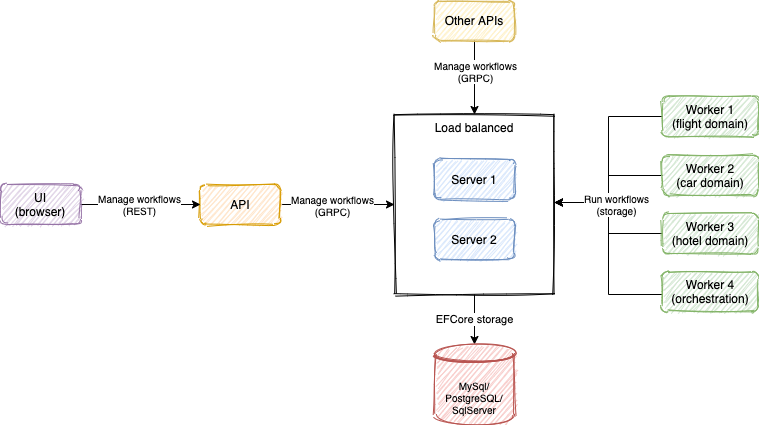
Before: readme/diagrams/architecture_1.png, a diagram exported from draw.io (lucaslorentz/durabletask-extensions). Source tidied: cells renumbered, new cells last; positions are measured from the earlier drawing's top-left corner, leaving out a move shared by most shapes. Its diagram source:
```xml
<mxGraphModel>
  <root>
    <mxCell id="0" />
    <mxCell id="1" parent="0" />
    <mxCell id="2" value="EFCore storage" style="edgeStyle=orthogonalEdgeStyle;rounded=0;jettySize=auto;html=1;" parent="1" edge="1" source="3" target="11">
      <mxGeometry relative="1" as="geometry" />
    </mxCell>
    <mxCell id="3" value="Load balanced" style="rounded=0;whiteSpace=wrap;html=1;verticalAlign=top;labelBorderColor=none;glass=0;sketch=1;fillColor=none;" parent="1" vertex="1">
      <mxGeometry x="394" y="114" width="160" height="180" as="geometry" />
    </mxCell>
    <mxCell id="4" value="Server 1" style="rounded=1;whiteSpace=wrap;html=1;sketch=1;fillColor=#dae8fc;strokeColor=#6c8ebf;" parent="1" vertex="1">
      <mxGeometry x="434" y="159" width="80" height="40" as="geometry" />
    </mxCell>
    <mxCell id="5" style="edgeStyle=orthogonalEdgeStyle;rounded=0;jettySize=auto;html=1;" parent="1" edge="1" source="7" target="3">
      <mxGeometry relative="1" as="geometry" />
    </mxCell>
    <mxCell id="6" value="Manage workflows&lt;br style=&quot;font-size: 10px;&quot;&gt;(GRPC)" style="edgeLabel;html=1;align=center;verticalAlign=middle;fontSize=10;" parent="5" vertex="1">
      <mxGeometry x="0.25" y="-1" relative="1" as="geometry">
        <mxPoint x="-20" y="-1" as="offset" />
      </mxGeometry>
    </mxCell>
    <mxCell id="7" value="API" style="rounded=1;whiteSpace=wrap;html=1;fillColor=#ffe6cc;strokeColor=#d79b00;sketch=1;" parent="1" vertex="1">
      <mxGeometry x="200" y="184" width="80" height="40" as="geometry" />
    </mxCell>
    <mxCell id="8" value="Server 2" style="rounded=1;whiteSpace=wrap;html=1;sketch=1;fillColor=#dae8fc;strokeColor=#6c8ebf;" parent="1" vertex="1">
      <mxGeometry x="434" y="219" width="80" height="40" as="geometry" />
    </mxCell>
    <mxCell id="9" style="edgeStyle=orthogonalEdgeStyle;rounded=0;jettySize=auto;html=1;entryX=0;entryY=0.5;entryDx=0;entryDy=0;" parent="1" edge="1" source="12" target="7">
      <mxGeometry relative="1" as="geometry" />
    </mxCell>
    <mxCell id="10" value="Manage workflows&lt;br style=&quot;font-size: 10px&quot;&gt;(REST)" style="edgeLabel;html=1;align=center;verticalAlign=middle;fontSize=10;" parent="9" vertex="1">
      <mxGeometry x="-0.04" y="-3" relative="1" as="geometry">
        <mxPoint y="-4" as="offset" />
      </mxGeometry>
    </mxCell>
    <mxCell id="11" value="MySql/&lt;br style=&quot;font-size: 10px;&quot;&gt;PostgreSQL/&lt;br style=&quot;font-size: 10px;&quot;&gt;SqlServer" style="shape=datastore;whiteSpace=wrap;html=1;fontSize=10;sketch=1;fillColor=#f8cecc;strokeColor=#b85450;" parent="1" vertex="1">
      <mxGeometry x="434" y="344" width="80" height="80" as="geometry" />
    </mxCell>
    <mxCell id="12" value="UI&lt;br&gt;(browser)" style="rounded=1;whiteSpace=wrap;html=1;fillColor=#e1d5e7;strokeColor=#9673a6;sketch=1;" parent="1" vertex="1">
      <mxGeometry y="184" width="80" height="40" as="geometry" />
    </mxCell>
    <mxCell id="13" style="edgeStyle=orthogonalEdgeStyle;rounded=0;jettySize=auto;html=1;fontSize=10;" parent="1" edge="1" source="15" target="3">
      <mxGeometry relative="1" as="geometry" />
    </mxCell>
    <mxCell id="14" value="Manage workflows&lt;br&gt;(GRPC)" style="edgeLabel;html=1;align=center;verticalAlign=middle;fontSize=10;" parent="13" vertex="1">
      <mxGeometry x="0.33" relative="1" as="geometry">
        <mxPoint y="-19" as="offset" />
      </mxGeometry>
    </mxCell>
    <mxCell id="15" value="Other APIs" style="rounded=1;whiteSpace=wrap;html=1;fillColor=#fff2cc;strokeColor=#d6b656;sketch=1;" parent="1" vertex="1">
      <mxGeometry x="434" width="80" height="40" as="geometry" />
    </mxCell>
    <mxCell id="16" style="edgeStyle=orthogonalEdgeStyle;rounded=0;jettySize=auto;html=1;" parent="1" edge="1" source="24">
      <mxGeometry relative="1" as="geometry">
        <mxPoint x="554" y="202" as="targetPoint" />
        <Array as="points">
          <mxPoint x="608" y="294" />
          <mxPoint x="608" y="202" />
        </Array>
      </mxGeometry>
    </mxCell>
    <mxCell id="17" style="edgeStyle=elbowEdgeStyle;rounded=0;jettySize=auto;html=1;" parent="1" edge="1" source="23">
      <mxGeometry relative="1" as="geometry">
        <mxPoint x="554" y="202" as="targetPoint" />
      </mxGeometry>
    </mxCell>
    <mxCell id="18" style="edgeStyle=elbowEdgeStyle;rounded=0;jettySize=auto;html=1;" parent="1" edge="1" source="19">
      <mxGeometry relative="1" as="geometry">
        <mxPoint x="554" y="202" as="targetPoint" />
      </mxGeometry>
    </mxCell>
    <mxCell id="19" value="Worker 1&lt;br&gt;(flight domain)" style="rounded=1;whiteSpace=wrap;html=1;fillColor=#d5e8d4;strokeColor=#82b366;sketch=1;" parent="1" vertex="1">
      <mxGeometry x="662" y="96" width="96" height="40" as="geometry" />
    </mxCell>
    <mxCell id="20" style="edgeStyle=orthogonalEdgeStyle;rounded=0;jettySize=auto;html=1;" parent="1" edge="1" source="22">
      <mxGeometry relative="1" as="geometry">
        <mxPoint x="554" y="202" as="targetPoint" />
        <Array as="points">
          <mxPoint x="608" y="175" />
          <mxPoint x="608" y="202" />
        </Array>
      </mxGeometry>
    </mxCell>
    <mxCell id="21" value="Run workflows&lt;br style=&quot;font-size: 10px&quot;&gt;(storage)" style="edgeLabel;html=1;align=center;verticalAlign=middle;fontSize=10;labelBackgroundColor=#ffffff;" parent="20" vertex="1">
      <mxGeometry x="0.06" y="3" relative="1" as="geometry">
        <mxPoint x="4" y="10" as="offset" />
      </mxGeometry>
    </mxCell>
    <mxCell id="22" value="Worker 2&lt;br&gt;(car domain)" style="rounded=1;whiteSpace=wrap;html=1;fillColor=#d5e8d4;strokeColor=#82b366;sketch=1;" parent="1" vertex="1">
      <mxGeometry x="662" y="155" width="96" height="40" as="geometry" />
    </mxCell>
    <mxCell id="23" value="Worker 3&lt;br&gt;(hotel domain)" style="rounded=1;whiteSpace=wrap;html=1;fillColor=#d5e8d4;strokeColor=#82b366;sketch=1;" parent="1" vertex="1">
      <mxGeometry x="662" y="213" width="96" height="40" as="geometry" />
    </mxCell>
    <mxCell id="24" value="Worker 4&lt;br&gt;(orchestration)" style="rounded=1;whiteSpace=wrap;html=1;fillColor=#d5e8d4;strokeColor=#82b366;sketch=1;" parent="1" vertex="1">
      <mxGeometry x="662" y="271" width="96" height="40" as="geometry" />
    </mxCell>
  </root>
</mxGraphModel>
```
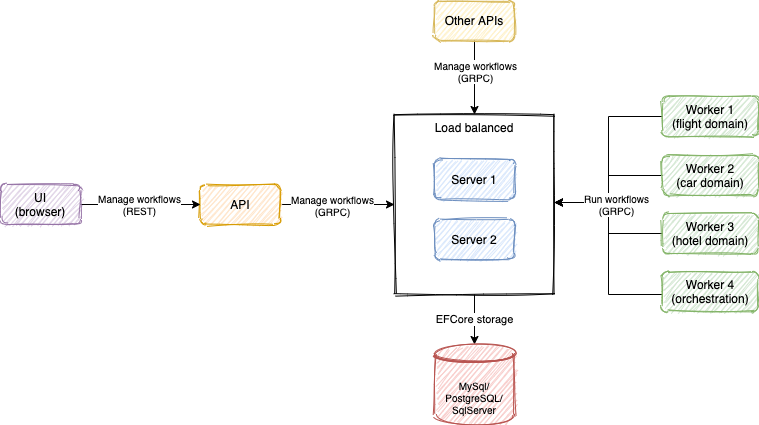
Above is the later version.

The edit, as a diff of the source:
```diff
@@ -81,7 +81,7 @@
         </Array>
       </mxGeometry>
     </mxCell>
-    <mxCell id="21" value="Run workflows&lt;br style=&quot;font-size: 10px&quot;&gt;(storage)" style="edgeLabel;html=1;align=center;verticalAlign=middle;fontSize=10;labelBackgroundColor=#ffffff;" parent="20" vertex="1">
+    <mxCell id="21" value="Run workflows&lt;br style=&quot;font-size: 10px&quot;&gt;(GRPC)" style="edgeLabel;html=1;align=center;verticalAlign=middle;fontSize=10;labelBackgroundColor=#ffffff;" parent="20" vertex="1">
       <mxGeometry x="0.06" y="3" relative="1" as="geometry">
         <mxPoint x="4" y="10" as="offset" />
       </mxGeometry>
```
